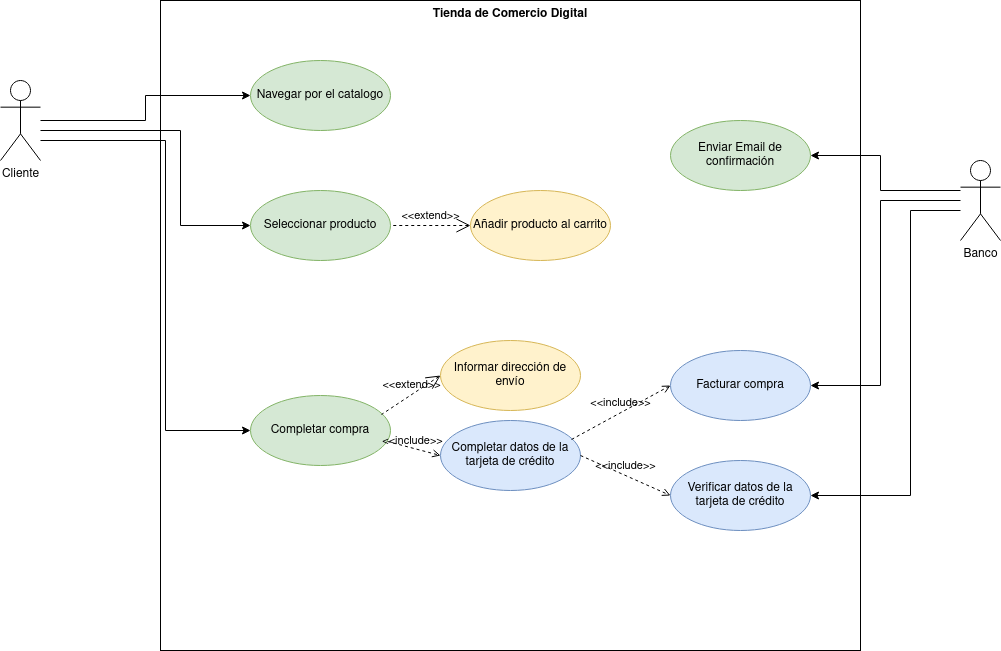
Earlier version of the draw.io export Tienda_de_Comercio_Electrónico.png (alejandrosalazargonzalez/Examen-te-rico-ETS). Source tidied: cells renumbered, new cells last; positions are measured from the earlier drawing's top-left corner, leaving out a move shared by most shapes.
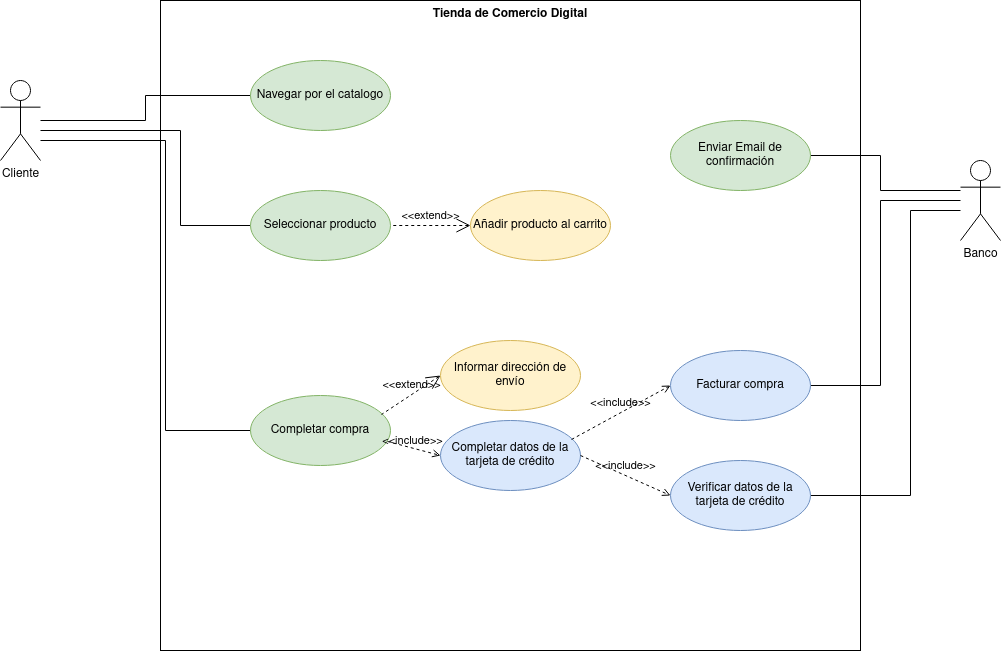
After the change.

Diff of the diagram source:
```diff
@@ -5,10 +5,10 @@
     <mxCell id="2" value="Tienda de Comercio Digital" style="shape=rect;html=1;verticalAlign=top;fontStyle=1;whiteSpace=wrap;align=center;fillColor=none;" parent="1" vertex="1">
       <mxGeometry x="160" width="700" height="650" as="geometry" />
     </mxCell>
-    <mxCell id="3" style="edgeStyle=orthogonalEdgeStyle;rounded=0;jettySize=auto;html=1;entryX=0;entryY=0.5;entryDx=0;entryDy=0;" parent="1" edge="1" source="6" target="7">
+    <mxCell id="3" style="edgeStyle=orthogonalEdgeStyle;rounded=0;jettySize=auto;html=1;entryX=0;entryY=0.5;entryDx=0;entryDy=0;endArrow=none;endFill=0;" parent="1" edge="1" source="6" target="7">
       <mxGeometry relative="1" as="geometry" />
     </mxCell>
-    <mxCell id="4" style="edgeStyle=orthogonalEdgeStyle;rounded=0;jettySize=auto;html=1;entryX=0;entryY=0.5;entryDx=0;entryDy=0;" parent="1" edge="1" source="6" target="8">
+    <mxCell id="4" style="edgeStyle=orthogonalEdgeStyle;rounded=0;jettySize=auto;html=1;entryX=0;entryY=0.5;entryDx=0;entryDy=0;endArrow=none;endFill=0;" parent="1" edge="1" source="6" target="8">
       <mxGeometry relative="1" as="geometry">
         <Array as="points">
           <mxPoint x="180" y="130" />
@@ -16,7 +16,7 @@
         </Array>
       </mxGeometry>
     </mxCell>
-    <mxCell id="5" style="edgeStyle=orthogonalEdgeStyle;rounded=0;jettySize=auto;html=1;entryX=0;entryY=0.5;entryDx=0;entryDy=0;" parent="1" edge="1" source="6" target="10">
+    <mxCell id="5" style="edgeStyle=orthogonalEdgeStyle;rounded=0;jettySize=auto;html=1;entryX=0;entryY=0.5;entryDx=0;entryDy=0;endArrow=none;endFill=0;" parent="1" edge="1" source="6" target="10">
       <mxGeometry relative="1" as="geometry">
         <Array as="points">
           <mxPoint x="165" y="140" />
@@ -45,7 +45,7 @@
     <mxCell id="12" value="Completar datos de la tarjeta de crédito" style="ellipse;whiteSpace=wrap;html=1;fillColor=#dae8fc;strokeColor=#6c8ebf;" parent="1" vertex="1">
       <mxGeometry x="440" y="420" width="140" height="70" as="geometry" />
     </mxCell>
-    <mxCell id="13" style="edgeStyle=orthogonalEdgeStyle;rounded=0;jettySize=auto;html=1;entryX=1;entryY=0.5;entryDx=0;entryDy=0;" parent="1" edge="1" source="16" target="19">
+    <mxCell id="13" style="edgeStyle=orthogonalEdgeStyle;rounded=0;jettySize=auto;html=1;entryX=1;entryY=0.5;entryDx=0;entryDy=0;endArrow=none;endFill=0;" parent="1" edge="1" source="16" target="19">
       <mxGeometry relative="1" as="geometry">
         <Array as="points">
           <mxPoint x="910" y="210" />
@@ -53,7 +53,7 @@
         </Array>
       </mxGeometry>
     </mxCell>
-    <mxCell id="14" style="edgeStyle=orthogonalEdgeStyle;rounded=0;jettySize=auto;html=1;entryX=1;entryY=0.5;entryDx=0;entryDy=0;" parent="1" edge="1" source="16" target="21">
+    <mxCell id="14" style="edgeStyle=orthogonalEdgeStyle;rounded=0;jettySize=auto;html=1;entryX=1;entryY=0.5;entryDx=0;entryDy=0;endArrow=none;endFill=0;" parent="1" edge="1" source="16" target="21">
       <mxGeometry relative="1" as="geometry">
         <Array as="points">
           <mxPoint x="880" y="200" />
@@ -61,7 +61,7 @@
         </Array>
       </mxGeometry>
     </mxCell>
-    <mxCell id="15" style="edgeStyle=orthogonalEdgeStyle;rounded=0;jettySize=auto;html=1;entryX=1;entryY=0.5;entryDx=0;entryDy=0;" parent="1" edge="1" source="16" target="22">
+    <mxCell id="15" style="edgeStyle=orthogonalEdgeStyle;rounded=0;jettySize=auto;html=1;entryX=1;entryY=0.5;entryDx=0;entryDy=0;endArrow=none;endFill=0;" parent="1" edge="1" source="16" target="22">
       <mxGeometry relative="1" as="geometry">
         <Array as="points">
           <mxPoint x="880" y="190" />
```
